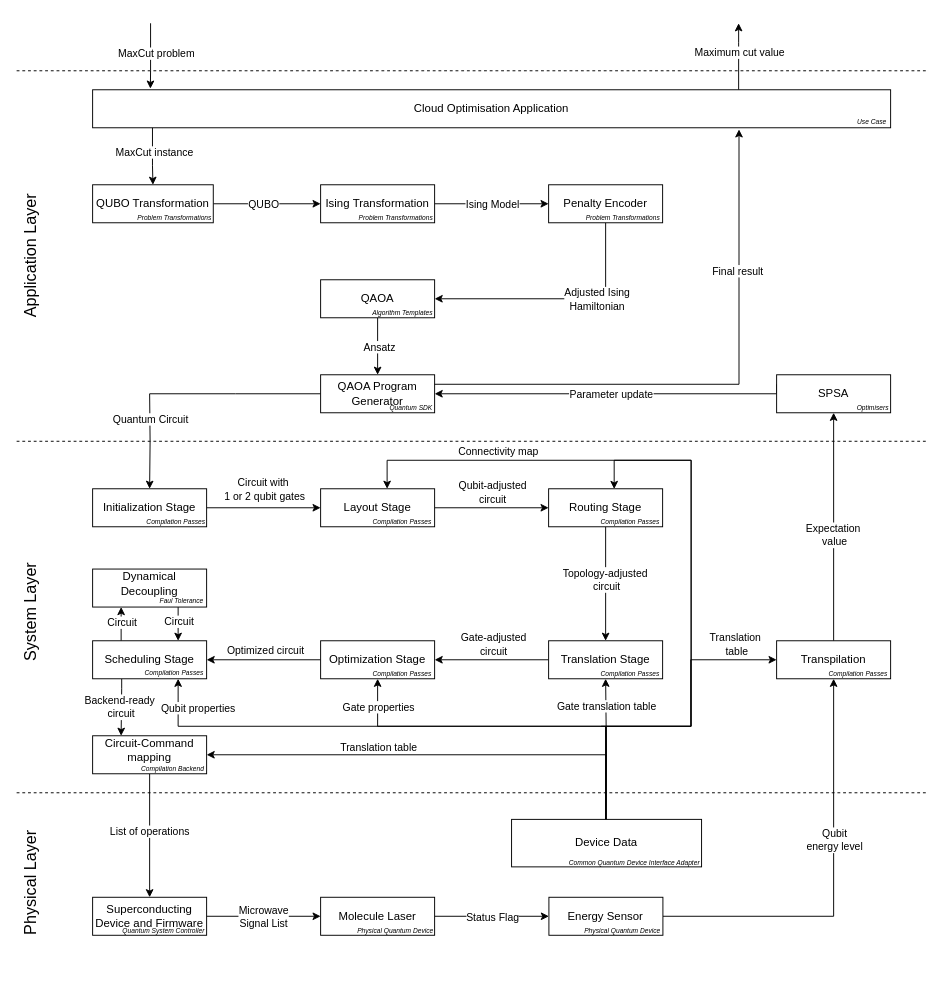
The draw.io diagram page "scenario2" (2 of 4) of docs/scenario-based-analysis/images/scenarios.drawio in FullStaQD/architecture, before the edit. Source tidied: cells renumbered, new cells numbered last; positions are measured from the earlier drawing's top-left corner, leaving out a move shared by most shapes. Both pictures are drawn from the tidied source at 95%, with x=0, y=0 at pixel (-50, 23).
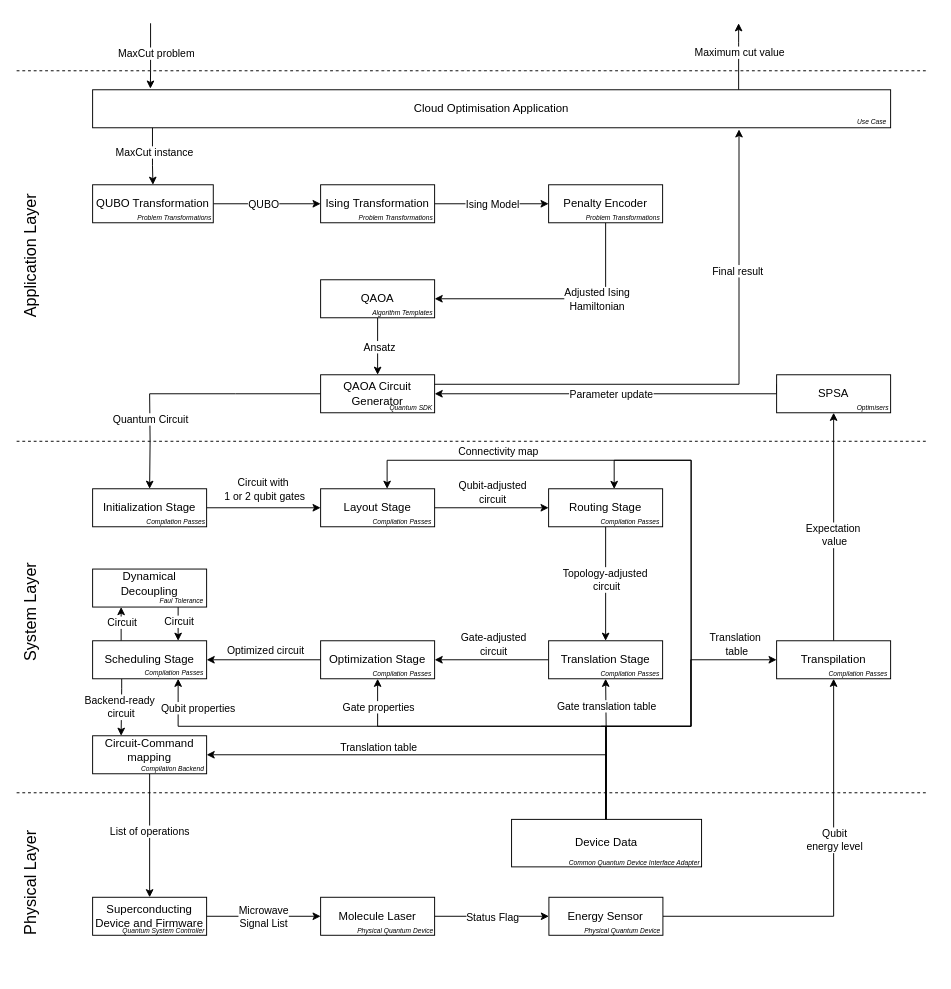
The same diagram, later.

Commit message (it also covers changes not shown here):
Programm Generator -> Circuit Generator

What changed in the source:
```diff
@@
-    <mxCell id="68" value="QAOA Program&lt;div&gt;Generator&lt;/div&gt;" style="rounded=0;whiteSpace=wrap;html=1;" parent="1" vertex="1">
+    <mxCell id="68" value="QAOA Circuit&lt;div&gt;Generator&lt;/div&gt;" style="rounded=0;whiteSpace=wrap;html=1;" parent="1" vertex="1">
       <mxGeometry x="390" y="370" width="120" height="40" as="geometry" />
     </mxCell>
```
